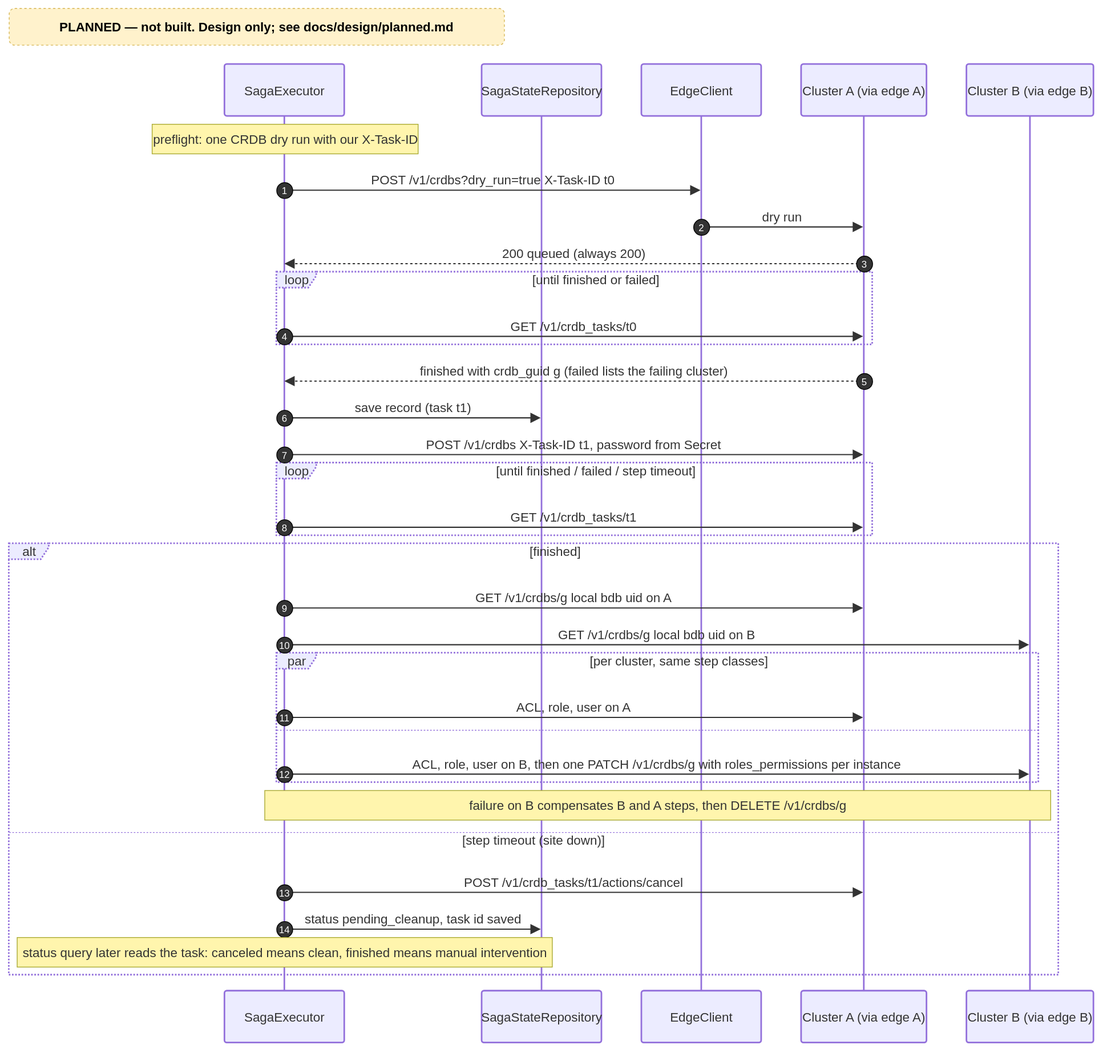
This is docs/diagrams/planned/p1-seq-create-active-active.drawio.svg from EliShteinman/redis-enterprise-services, a draw.io export, as it was before one commit. Source tidied: cells renumbered, new cells last; positions are measured from the earlier drawing's top-left corner, leaving out a move shared by most shapes.
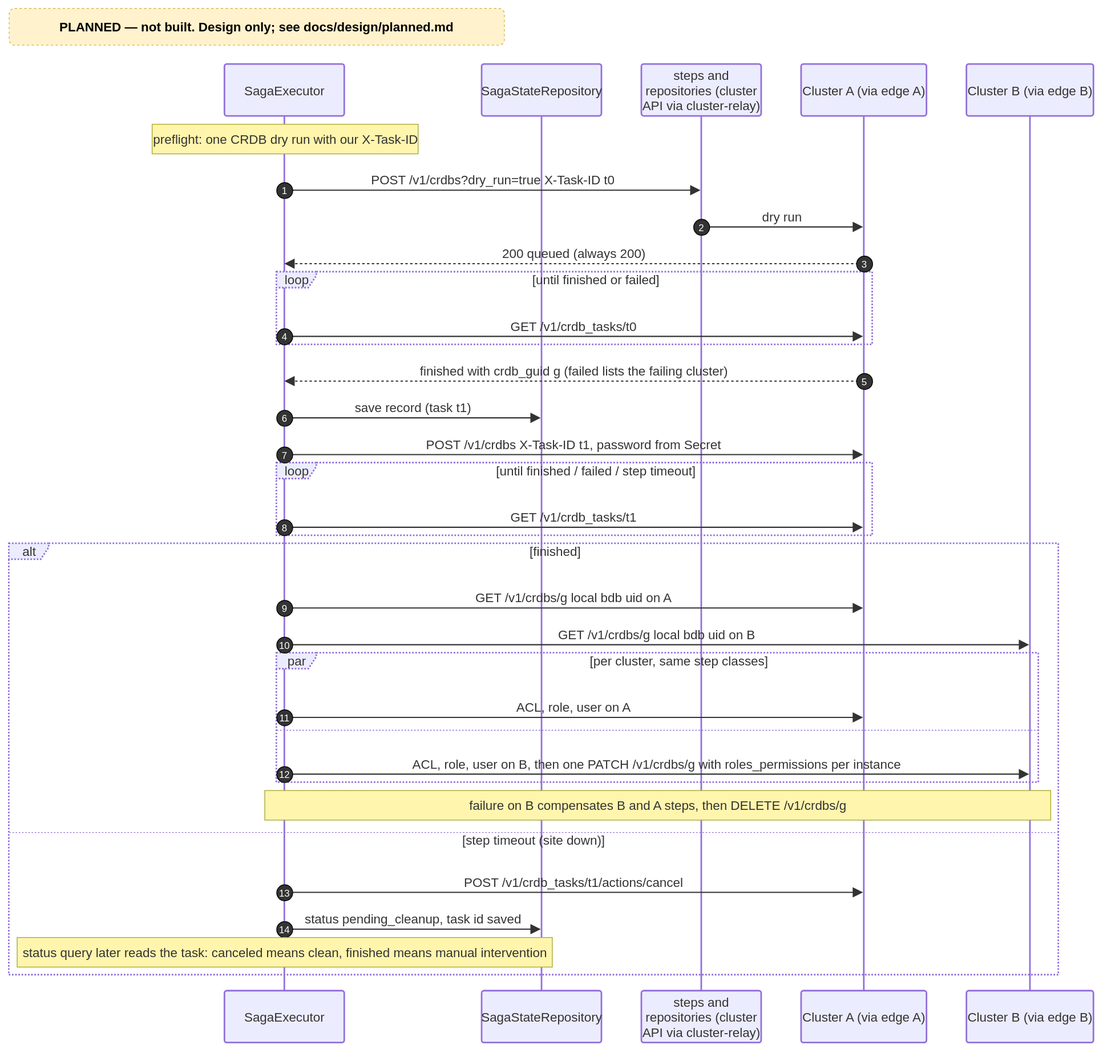
The same file after the commit.

Diff of the diagram source:
```diff
@@ -8,7 +8,7 @@
     <mxCell id="3" value="SagaStateRepository" style="html=1;shape=umlLifeline;perimeter=lifelinePerimeter;whiteSpace=wrap;outlineConnect=0;portConstraint=eastwest;newEdgeStyle={&quot;edgeStyle&quot;:&quot;sequenceEdgeStyle&quot;,&quot;libavoidRouting&quot;:0,&quot;curved&quot;:0,&quot;rounded&quot;:0};lifelineDashed=0;strokeWidth=2;rounded=1;absoluteArcSize=1;arcSize=6;lifelineColor=light-dark(#9370DB,#cccccc);size=65;lifelineMirror=1;fillColor=light-dark(#ECECFF,#1f2020);strokeColor=light-dark(#9370DB,#cccccc);fontColor=light-dark(#333333,#cccccc);fontFamily=Trebuchet MS,Verdana,Arial,sans-serif;fontSize=16;" parent="1" vertex="1">
       <mxGeometry x="592" y="70" width="150" height="1225" as="geometry" />
     </mxCell>
-    <mxCell id="4" value="EdgeClient" style="html=1;shape=umlLifeline;perimeter=lifelinePerimeter;whiteSpace=wrap;outlineConnect=0;portConstraint=eastwest;newEdgeStyle={&quot;edgeStyle&quot;:&quot;sequenceEdgeStyle&quot;,&quot;libavoidRouting&quot;:0,&quot;curved&quot;:0,&quot;rounded&quot;:0};lifelineDashed=0;strokeWidth=2;rounded=1;absoluteArcSize=1;arcSize=6;lifelineColor=light-dark(#9370DB,#cccccc);size=65;lifelineMirror=1;fillColor=light-dark(#ECECFF,#1f2020);strokeColor=light-dark(#9370DB,#cccccc);fontColor=light-dark(#333333,#cccccc);fontFamily=Trebuchet MS,Verdana,Arial,sans-serif;fontSize=16;" parent="1" vertex="1">
+    <mxCell id="4" value="steps and repositories (cluster API via cluster-relay)" style="html=1;shape=umlLifeline;perimeter=lifelinePerimeter;whiteSpace=wrap;outlineConnect=0;portConstraint=eastwest;newEdgeStyle={&quot;edgeStyle&quot;:&quot;sequenceEdgeStyle&quot;,&quot;libavoidRouting&quot;:0,&quot;curved&quot;:0,&quot;rounded&quot;:0};lifelineDashed=0;strokeWidth=2;rounded=1;absoluteArcSize=1;arcSize=6;lifelineColor=light-dark(#9370DB,#cccccc);size=65;lifelineMirror=1;fillColor=light-dark(#ECECFF,#1f2020);strokeColor=light-dark(#9370DB,#cccccc);fontColor=light-dark(#333333,#cccccc);fontFamily=Trebuchet MS,Verdana,Arial,sans-serif;fontSize=16;" parent="1" vertex="1">
       <mxGeometry x="792" y="70" width="150" height="1225" as="geometry" />
     </mxCell>
     <mxCell id="5" value="Cluster A (via edge A)" style="html=1;shape=umlLifeline;perimeter=lifelinePerimeter;whiteSpace=wrap;outlineConnect=0;portConstraint=eastwest;newEdgeStyle={&quot;edgeStyle&quot;:&quot;sequenceEdgeStyle&quot;,&quot;libavoidRouting&quot;:0,&quot;curved&quot;:0,&quot;rounded&quot;:0};lifelineDashed=0;strokeWidth=2;rounded=1;absoluteArcSize=1;arcSize=6;lifelineColor=light-dark(#9370DB,#cccccc);size=65;lifelineMirror=1;fillColor=light-dark(#ECECFF,#1f2020);strokeColor=light-dark(#9370DB,#cccccc);fontColor=light-dark(#333333,#cccccc);fontFamily=Trebuchet MS,Verdana,Arial,sans-serif;fontSize=16;" parent="1" vertex="1">
```
